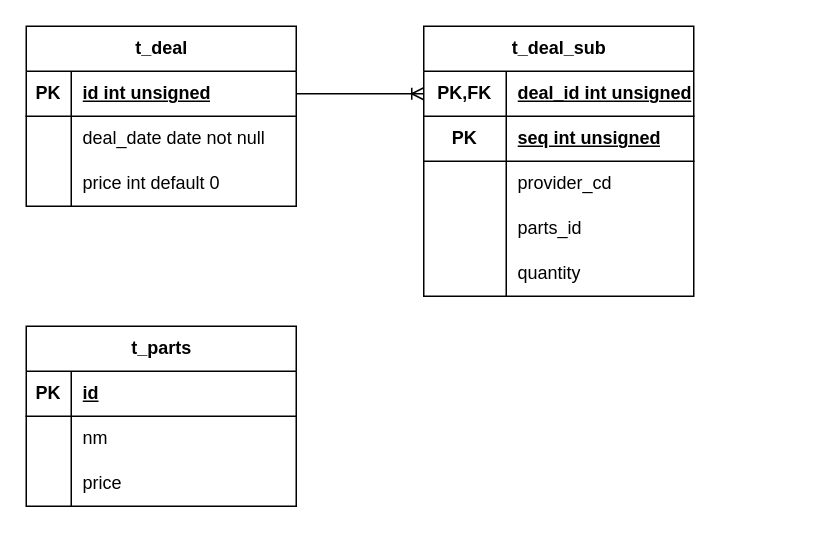
The draw.io diagram test.drawio in Minami0717/DB, before the edit. Source tidied: cells renumbered, new cells numbered last; positions are measured from the earlier drawing's top-left corner, leaving out a move shared by most shapes. Both pictures are drawn from the tidied source at 150%, with x=0, y=0 at pixel (26, 26).
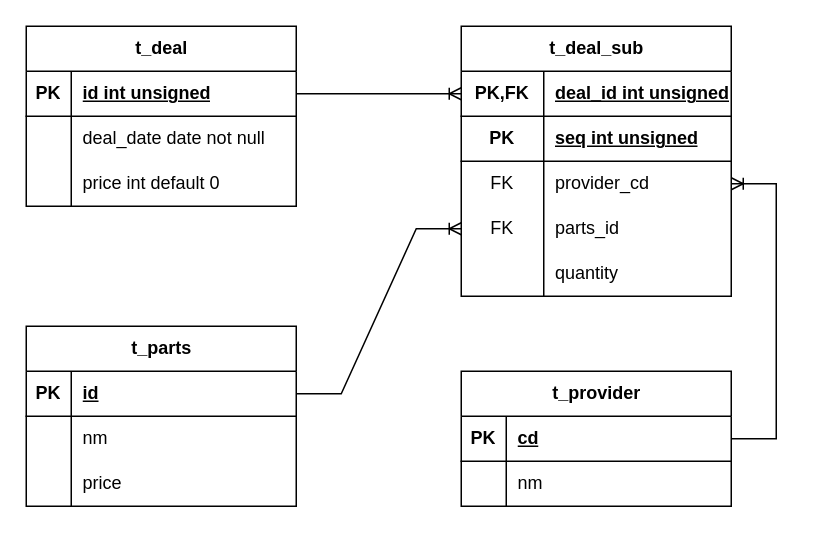
The same page after the edit.

Unchanged cells that the change refers to:
```xml
<mxCell id="3" style="shape=tableRow;horizontal=0;startSize=0;swimlaneHead=0;swimlaneBody=0;fillColor=none;points=[[0,0.5],[1,0.5]];portConstraint=eastwest;top=0;left=0;right=0;bottom=1;" parent="2" vertex="1">
  <mxGeometry y="30" width="180" height="30" as="geometry" />
</mxCell>
<mxCell id="13" style="shape=tableRow;horizontal=0;startSize=0;swimlaneHead=0;swimlaneBody=0;fillColor=none;points=[[0,0.5],[1,0.5]];portConstraint=eastwest;top=0;left=0;right=0;bottom=1;" parent="12" vertex="1">
  <mxGeometry y="30" width="180" height="30" as="geometry" />
</mxCell>
<mxCell id="19" style="shape=tableRow;horizontal=0;startSize=0;swimlaneHead=0;swimlaneBody=0;fillColor=none;points=[[0,0.5],[1,0.5]];portConstraint=eastwest;top=0;left=0;right=0;bottom=0;" parent="12" vertex="1">
  <mxGeometry y="90" width="180" height="30" as="geometry" />
</mxCell>
<mxCell id="22" style="shape=tableRow;horizontal=0;startSize=0;swimlaneHead=0;swimlaneBody=0;fillColor=none;points=[[0,0.5],[1,0.5]];portConstraint=eastwest;top=0;left=0;right=0;bottom=0;" parent="12" vertex="1">
  <mxGeometry y="120" width="180" height="30" as="geometry" />
</mxCell>
<mxCell id="29" style="shape=tableRow;horizontal=0;startSize=0;swimlaneHead=0;swimlaneBody=0;fillColor=none;points=[[0,0.5],[1,0.5]];portConstraint=eastwest;top=0;left=0;right=0;bottom=1;" parent="28" vertex="1">
  <mxGeometry y="30" width="180" height="30" as="geometry" />
</mxCell>
```

Change to the diagram source:
```diff
@@
     <mxCell id="12" value="t_deal_sub" style="shape=table;startSize=30;childLayout=tableLayout;rowLines=0;fontStyle=1;align=center;html=1;" parent="1" vertex="1">
-      <mxGeometry x="265" width="180" height="180" as="geometry" />
+      <mxGeometry x="290" width="180" height="180" as="geometry" />
     </mxCell>
@@
-    <mxCell id="20" style="shape=partialRectangle;fillColor=none;top=0;left=0;bottom=0;right=0;overflow=hidden;whiteSpace=wrap;html=1;" parent="19" vertex="1">
+    <mxCell id="20" value="FK" style="shape=partialRectangle;fillColor=none;top=0;left=0;bottom=0;right=0;overflow=hidden;whiteSpace=wrap;html=1;" parent="19" vertex="1">
       <mxGeometry width="55" height="30" as="geometry" />
     </mxCell>
@@
-    <mxCell id="23" style="shape=partialRectangle;fillColor=none;top=0;left=0;bottom=0;right=0;overflow=hidden;whiteSpace=wrap;html=1;" parent="22" vertex="1">
+    <mxCell id="23" value="FK" style="shape=partialRectangle;fillColor=none;top=0;left=0;bottom=0;right=0;overflow=hidden;whiteSpace=wrap;html=1;" parent="22" vertex="1">
       <mxGeometry width="55" height="30" as="geometry" />
     </mxCell>
@@
-    <mxCell id="38" style="edgeStyle=entityRelationEdgeStyle;fontSize=12;html=1;endArrow=ERoneToMany;rounded=0;entryX=0;entryY=0.5;entryDx=0;entryDy=0;exitX=1;exitY=0.5;exitDx=0;exitDy=0;" parent="1" edge="1" source="3" target="13">
+    <mxCell id="38" style="edgeStyle=entityRelationEdgeStyle;fontSize=12;html=1;endArrow=ERoneToMany;rounded=0;" parent="1" edge="1" source="3" target="13">
       <mxGeometry relative="1" as="geometry" />
     </mxCell>
+    <mxCell id="39" style="edgeStyle=entityRelationEdgeStyle;fontSize=12;html=1;endArrow=ERoneToMany;rounded=0;" parent="1" edge="1" source="29" target="22">
+      <mxGeometry relative="1" as="geometry" />
+    </mxCell>
+    <mxCell id="40" value="t_provider" style="shape=table;startSize=30;childLayout=tableLayout;rowLines=0;fontStyle=1;align=center;html=1;" parent="1" vertex="1">
+      <mxGeometry x="290" y="230" width="180" height="90" as="geometry" />
+    </mxCell>
+    <mxCell id="41" style="shape=tableRow;horizontal=0;startSize=0;swimlaneHead=0;swimlaneBody=0;fillColor=none;points=[[0,0.5],[1,0.5]];portConstraint=eastwest;top=0;left=0;right=0;bottom=1;" parent="40" vertex="1">
+      <mxGeometry y="30" width="180" height="30" as="geometry" />
+    </mxCell>
+    <mxCell id="42" value="PK" style="shape=partialRectangle;fillColor=none;top=0;left=0;bottom=0;right=0;fontStyle=1;overflow=hidden;whiteSpace=wrap;html=1;" parent="41" vertex="1">
+      <mxGeometry width="30" height="30" as="geometry" />
+    </mxCell>
+    <mxCell id="43" value="cd" style="shape=partialRectangle;fillColor=none;top=0;left=0;bottom=0;right=0;align=left;spacingLeft=6;fontStyle=5;overflow=hidden;whiteSpace=wrap;html=1;" parent="41" vertex="1">
+      <mxGeometry x="30" width="150" height="30" as="geometry" />
+    </mxCell>
+    <mxCell id="44" style="shape=tableRow;horizontal=0;startSize=0;swimlaneHead=0;swimlaneBody=0;fillColor=none;top=0;left=0;right=0;bottom=0;" parent="40" vertex="1">
+      <mxGeometry y="60" width="180" height="30" as="geometry" />
+    </mxCell>
+    <mxCell id="45" style="shape=partialRectangle;fillColor=none;top=0;left=0;bottom=0;right=0;overflow=hidden;whiteSpace=wrap;html=1;" parent="44" vertex="1">
+      <mxGeometry width="30" height="30" as="geometry" />
+    </mxCell>
+    <mxCell id="46" value="nm" style="shape=partialRectangle;fillColor=none;top=0;left=0;bottom=0;right=0;align=left;spacingLeft=6;overflow=hidden;whiteSpace=wrap;html=1;" parent="44" vertex="1">
+      <mxGeometry x="30" width="150" height="30" as="geometry" />
+    </mxCell>
+    <mxCell id="47" style="edgeStyle=entityRelationEdgeStyle;fontSize=12;html=1;endArrow=ERoneToMany;rounded=0;" parent="1" edge="1" source="41" target="19">
+      <mxGeometry relative="1" as="geometry" />
+    </mxCell>
```
